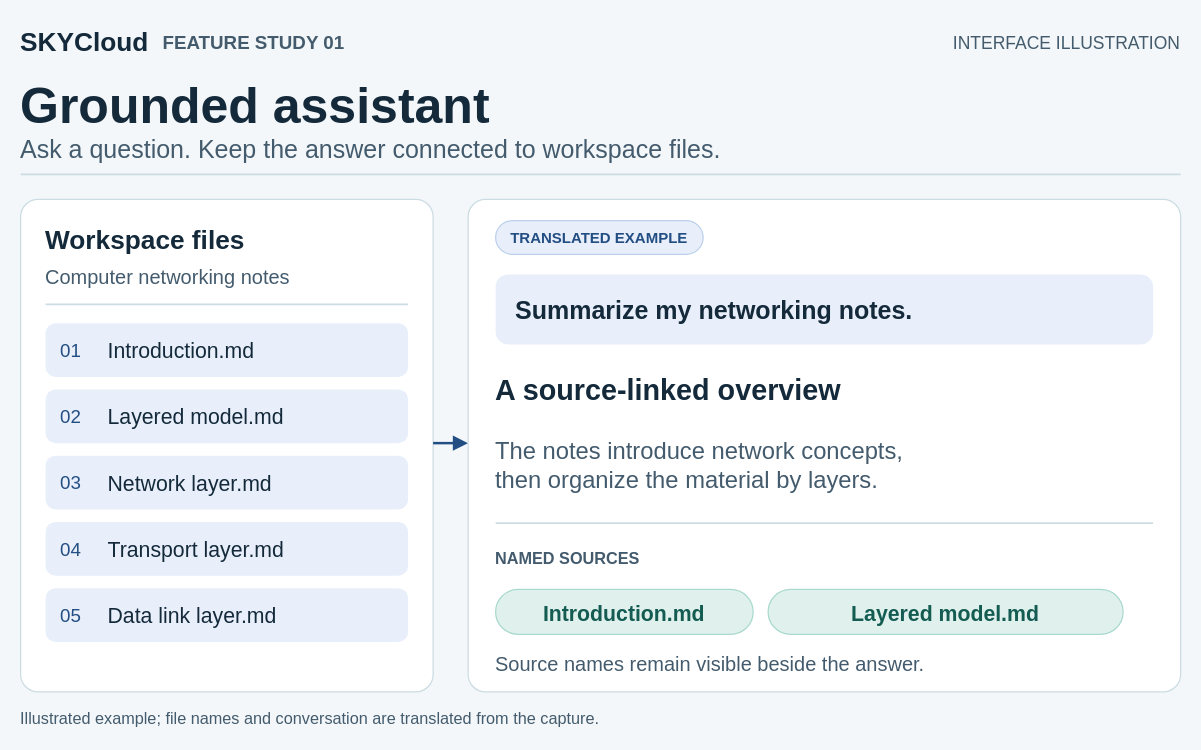
This is page "Grounded assistant" (3 of 11) of design/projects/sky-cloud/sky-cloud.drawio from TianyaSKY/tianyasky.github.io, a draw.io file, before an edit. Source tidied: cells renumbered, new cells numbered last; positions are measured from the earlier drawing's top-left corner, leaving out a move shared by most shapes. Both pictures are drawn from the tidied source at 125%, with x=0, y=0 at pixel (20, 20).
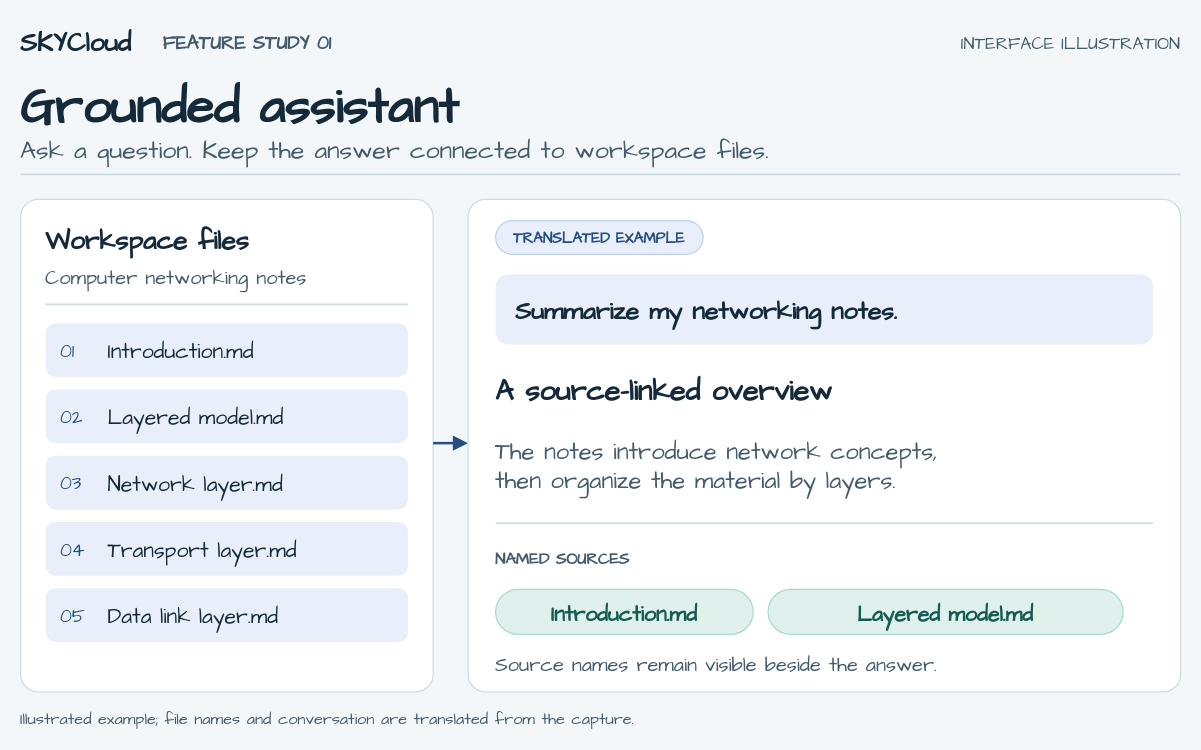
Above is the later version.

Unchanged cells that the change refers to:
```xml
<mxCell id="29" style="group;html=0;" parent="1" vertex="1">
  <mxGeometry x="380" y="160" width="166" height="27" as="geometry" />
</mxCell>
<mxCell id="38" style="group;html=0;" parent="1" vertex="1">
  <mxGeometry x="380" y="455" width="206" height="36" as="geometry" />
</mxCell>
<mxCell id="41" style="group;html=0;" parent="1" vertex="1">
  <mxGeometry x="598" y="455" width="284" height="36" as="geometry" />
</mxCell>
```

The edit, as a diff of the source:
```diff
@@
-    <mxCell id="2" value="SKYCloud" style="text;html=0;whiteSpace=nowrap;strokeColor=none;fillColor=none;spacing=0;align=left;verticalAlign=middle;fontFamily=Arial, Helvetica, sans-serif;fontSize=21;fontColor=#142A3B;fontStyle=1;" parent="1" vertex="1">
+    <mxCell id="2" value="SKYCloud" style="text;html=0;whiteSpace=nowrap;strokeColor=none;fillColor=none;spacing=0;align=left;verticalAlign=middle;fontFamily=Comic Sans MS, Comic Neue, Noto Sans SC, sans-serif;fontSize=21;fontColor=#142A3B;fontStyle=1;" parent="1" vertex="1">
       <mxGeometry width="120" height="30" as="geometry" />
     </mxCell>
-    <mxCell id="3" value="FEATURE STUDY 01" style="text;html=0;whiteSpace=nowrap;strokeColor=none;fillColor=none;spacing=0;align=left;verticalAlign=middle;fontFamily=Excalifont;fontSize=15;fontColor=#435B6D;fontStyle=1;" parent="1" vertex="1">
+    <mxCell id="3" value="FEATURE STUDY 01" style="text;html=0;whiteSpace=nowrap;strokeColor=none;fillColor=none;spacing=0;align=left;verticalAlign=middle;fontFamily=Comic Sans MS, Comic Neue, Noto Sans SC, sans-serif;fontSize=15;fontColor=#435B6D;fontStyle=1;" parent="1" vertex="1">
       <mxGeometry x="114" y="5" width="450" height="24" as="geometry" />
     </mxCell>
-    <mxCell id="4" value="INTERFACE ILLUSTRATION" style="text;html=0;whiteSpace=nowrap;strokeColor=none;fillColor=none;spacing=0;align=right;verticalAlign=middle;fontFamily=Excalifont;fontSize=14;fontColor=#435B6D;fontStyle=0;" parent="1" vertex="1">
+    <mxCell id="4" value="INTERFACE ILLUSTRATION" style="text;html=0;whiteSpace=nowrap;strokeColor=none;fillColor=none;spacing=0;align=right;verticalAlign=middle;fontFamily=Comic Sans MS, Comic Neue, Noto Sans SC, sans-serif;fontSize=14;fontColor=#435B6D;fontStyle=0;" parent="1" vertex="1">
       <mxGeometry x="624" y="5" width="304" height="24" as="geometry" />
     </mxCell>
-    <mxCell id="5" value="Grounded assistant" style="text;html=0;whiteSpace=nowrap;strokeColor=none;fillColor=none;spacing=0;align=left;verticalAlign=middle;fontFamily=Excalifont;fontSize=40;fontColor=#142A3B;fontStyle=1;" parent="1" vertex="1">
+    <mxCell id="5" value="Grounded assistant" style="text;html=0;whiteSpace=nowrap;strokeColor=none;fillColor=none;spacing=0;align=left;verticalAlign=middle;fontFamily=Comic Sans MS, Comic Neue, Noto Sans SC, sans-serif;fontSize=40;fontColor=#142A3B;fontStyle=1;" parent="1" vertex="1">
       <mxGeometry y="39" width="928" height="48" as="geometry" />
     </mxCell>
-    <mxCell id="6" value="Ask a question. Keep the answer connected to workspace files." style="text;html=0;whiteSpace=nowrap;strokeColor=none;fillColor=none;spacing=0;align=left;verticalAlign=middle;fontFamily=Excalifont;fontSize=20;fontColor=#435B6D;fontStyle=0;" parent="1" vertex="1">
+    <mxCell id="6" value="Ask a question. Keep the answer connected to workspace files." style="text;html=0;whiteSpace=nowrap;strokeColor=none;fillColor=none;spacing=0;align=left;verticalAlign=middle;fontFamily=Comic Sans MS, Comic Neue, Noto Sans SC, sans-serif;fontSize=20;fontColor=#435B6D;fontStyle=0;" parent="1" vertex="1">
       <mxGeometry y="89" width="928" height="25" as="geometry" />
     </mxCell>
@@
-    <mxCell id="9" value="Workspace files" style="text;html=0;whiteSpace=nowrap;strokeColor=none;fillColor=none;spacing=0;align=left;verticalAlign=middle;fontFamily=Excalifont;fontSize=21;fontColor=#142A3B;fontStyle=1;" parent="1" vertex="1">
+    <mxCell id="9" value="Workspace files" style="text;html=0;whiteSpace=nowrap;strokeColor=none;fillColor=none;spacing=0;align=left;verticalAlign=middle;fontFamily=Comic Sans MS, Comic Neue, Noto Sans SC, sans-serif;fontSize=21;fontColor=#142A3B;fontStyle=1;" parent="1" vertex="1">
       <mxGeometry x="20" y="160" width="290" height="28" as="geometry" />
     </mxCell>
-    <mxCell id="10" value="Computer networking notes" style="text;html=0;whiteSpace=nowrap;strokeColor=none;fillColor=none;spacing=0;align=left;verticalAlign=middle;fontFamily=Excalifont;fontSize=16;fontColor=#435B6D;fontStyle=0;" parent="1" vertex="1">
+    <mxCell id="10" value="Computer networking notes" style="text;html=0;whiteSpace=nowrap;strokeColor=none;fillColor=none;spacing=0;align=left;verticalAlign=middle;fontFamily=Comic Sans MS, Comic Neue, Noto Sans SC, sans-serif;fontSize=16;fontColor=#435B6D;fontStyle=0;" parent="1" vertex="1">
       <mxGeometry x="20" y="192" width="290" height="24" as="geometry" />
     </mxCell>
@@
-    <mxCell id="13" value="01" style="text;html=0;whiteSpace=nowrap;strokeColor=none;fillColor=none;spacing=0;align=left;verticalAlign=middle;fontFamily=Excalifont;fontSize=15;fontColor=#234E83;fontStyle=0;" parent="1" vertex="1">
+    <mxCell id="13" value="01" style="text;html=0;whiteSpace=nowrap;strokeColor=none;fillColor=none;spacing=0;align=left;verticalAlign=middle;fontFamily=Comic Sans MS, Comic Neue, Noto Sans SC, sans-serif;fontSize=15;fontColor=#234E83;fontStyle=0;" parent="1" vertex="1">
       <mxGeometry x="32" y="250" width="30" height="26" as="geometry" />
     </mxCell>
-    <mxCell id="14" value="Introduction.md" style="text;html=0;whiteSpace=nowrap;strokeColor=none;fillColor=none;spacing=0;align=left;verticalAlign=middle;fontFamily=Excalifont;fontSize=17;fontColor=#142A3B;fontStyle=0;" parent="1" vertex="1">
+    <mxCell id="14" value="Introduction.md" style="text;html=0;whiteSpace=nowrap;strokeColor=none;fillColor=none;spacing=0;align=left;verticalAlign=middle;fontFamily=Comic Sans MS, Comic Neue, Noto Sans SC, sans-serif;fontSize=17;fontColor=#142A3B;fontStyle=0;" parent="1" vertex="1">
       <mxGeometry x="70" y="250" width="228" height="26" as="geometry" />
     </mxCell>
@@
-    <mxCell id="16" value="02" style="text;html=0;whiteSpace=nowrap;strokeColor=none;fillColor=none;spacing=0;align=left;verticalAlign=middle;fontFamily=Excalifont;fontSize=15;fontColor=#234E83;fontStyle=0;" parent="1" vertex="1">
+    <mxCell id="16" value="02" style="text;html=0;whiteSpace=nowrap;strokeColor=none;fillColor=none;spacing=0;align=left;verticalAlign=middle;fontFamily=Comic Sans MS, Comic Neue, Noto Sans SC, sans-serif;fontSize=15;fontColor=#234E83;fontStyle=0;" parent="1" vertex="1">
       <mxGeometry x="32" y="303" width="30" height="26" as="geometry" />
     </mxCell>
-    <mxCell id="17" value="Layered model.md" style="text;html=0;whiteSpace=nowrap;strokeColor=none;fillColor=none;spacing=0;align=left;verticalAlign=middle;fontFamily=Excalifont;fontSize=17;fontColor=#142A3B;fontStyle=0;" parent="1" vertex="1">
+    <mxCell id="17" value="Layered model.md" style="text;html=0;whiteSpace=nowrap;strokeColor=none;fillColor=none;spacing=0;align=left;verticalAlign=middle;fontFamily=Comic Sans MS, Comic Neue, Noto Sans SC, sans-serif;fontSize=17;fontColor=#142A3B;fontStyle=0;" parent="1" vertex="1">
       <mxGeometry x="70" y="303" width="228" height="26" as="geometry" />
     </mxCell>
@@
-    <mxCell id="19" value="03" style="text;html=0;whiteSpace=nowrap;strokeColor=none;fillColor=none;spacing=0;align=left;verticalAlign=middle;fontFamily=Excalifont;fontSize=15;fontColor=#234E83;fontStyle=0;" parent="1" vertex="1">
+    <mxCell id="19" value="03" style="text;html=0;whiteSpace=nowrap;strokeColor=none;fillColor=none;spacing=0;align=left;verticalAlign=middle;fontFamily=Comic Sans MS, Comic Neue, Noto Sans SC, sans-serif;fontSize=15;fontColor=#234E83;fontStyle=0;" parent="1" vertex="1">
       <mxGeometry x="32" y="356" width="30" height="26" as="geometry" />
     </mxCell>
-    <mxCell id="20" value="Network layer.md" style="text;html=0;whiteSpace=nowrap;strokeColor=none;fillColor=none;spacing=0;align=left;verticalAlign=middle;fontFamily=Excalifont;fontSize=17;fontColor=#142A3B;fontStyle=0;" parent="1" vertex="1">
+    <mxCell id="20" value="Network layer.md" style="text;html=0;whiteSpace=nowrap;strokeColor=none;fillColor=none;spacing=0;align=left;verticalAlign=middle;fontFamily=Comic Sans MS, Comic Neue, Noto Sans SC, sans-serif;fontSize=17;fontColor=#142A3B;fontStyle=0;" parent="1" vertex="1">
       <mxGeometry x="70" y="356" width="228" height="26" as="geometry" />
     </mxCell>
@@
-    <mxCell id="22" value="04" style="text;html=0;whiteSpace=nowrap;strokeColor=none;fillColor=none;spacing=0;align=left;verticalAlign=middle;fontFamily=Excalifont;fontSize=15;fontColor=#234E83;fontStyle=0;" parent="1" vertex="1">
+    <mxCell id="22" value="04" style="text;html=0;whiteSpace=nowrap;strokeColor=none;fillColor=none;spacing=0;align=left;verticalAlign=middle;fontFamily=Comic Sans MS, Comic Neue, Noto Sans SC, sans-serif;fontSize=15;fontColor=#234E83;fontStyle=0;" parent="1" vertex="1">
       <mxGeometry x="32" y="409" width="30" height="26" as="geometry" />
     </mxCell>
-    <mxCell id="23" value="Transport layer.md" style="text;html=0;whiteSpace=nowrap;strokeColor=none;fillColor=none;spacing=0;align=left;verticalAlign=middle;fontFamily=Excalifont;fontSize=17;fontColor=#142A3B;fontStyle=0;" parent="1" vertex="1">
+    <mxCell id="23" value="Transport layer.md" style="text;html=0;whiteSpace=nowrap;strokeColor=none;fillColor=none;spacing=0;align=left;verticalAlign=middle;fontFamily=Comic Sans MS, Comic Neue, Noto Sans SC, sans-serif;fontSize=17;fontColor=#142A3B;fontStyle=0;" parent="1" vertex="1">
       <mxGeometry x="70" y="409" width="228" height="26" as="geometry" />
     </mxCell>
@@
-    <mxCell id="25" value="05" style="text;html=0;whiteSpace=nowrap;strokeColor=none;fillColor=none;spacing=0;align=left;verticalAlign=middle;fontFamily=Excalifont;fontSize=15;fontColor=#234E83;fontStyle=0;" parent="1" vertex="1">
+    <mxCell id="25" value="05" style="text;html=0;whiteSpace=nowrap;strokeColor=none;fillColor=none;spacing=0;align=left;verticalAlign=middle;fontFamily=Comic Sans MS, Comic Neue, Noto Sans SC, sans-serif;fontSize=15;fontColor=#234E83;fontStyle=0;" parent="1" vertex="1">
       <mxGeometry x="32" y="462" width="30" height="26" as="geometry" />
     </mxCell>
-    <mxCell id="26" value="Data link layer.md" style="text;html=0;whiteSpace=nowrap;strokeColor=none;fillColor=none;spacing=0;align=left;verticalAlign=middle;fontFamily=Excalifont;fontSize=17;fontColor=#142A3B;fontStyle=0;" parent="1" vertex="1">
+    <mxCell id="26" value="Data link layer.md" style="text;html=0;whiteSpace=nowrap;strokeColor=none;fillColor=none;spacing=0;align=left;verticalAlign=middle;fontFamily=Comic Sans MS, Comic Neue, Noto Sans SC, sans-serif;fontSize=17;fontColor=#142A3B;fontStyle=0;" parent="1" vertex="1">
       <mxGeometry x="70" y="462" width="228" height="26" as="geometry" />
     </mxCell>
@@
-    <mxCell id="31" value="TRANSLATED EXAMPLE" style="text;html=0;whiteSpace=nowrap;strokeColor=none;fillColor=none;spacing=0;align=center;verticalAlign=middle;fontFamily=Excalifont;fontSize=12;fontColor=#234E83;fontStyle=1;" parent="29" vertex="1">
+    <mxCell id="31" value="TRANSLATED EXAMPLE" style="text;html=0;whiteSpace=nowrap;strokeColor=none;fillColor=none;spacing=0;align=center;verticalAlign=middle;fontFamily=Comic Sans MS, Comic Neue, Noto Sans SC, sans-serif;fontSize=12;fontColor=#234E83;fontStyle=1;" parent="29" vertex="1">
       <mxGeometry x="4" width="158" height="27" as="geometry" />
     </mxCell>
@@
-    <mxCell id="33" value="Summarize my networking notes." style="text;html=0;whiteSpace=nowrap;strokeColor=none;fillColor=none;spacing=0;align=left;verticalAlign=middle;fontFamily=Excalifont;fontSize=20;fontColor=#142A3B;fontStyle=1;" parent="1" vertex="1">
+    <mxCell id="33" value="Summarize my networking notes." style="text;html=0;whiteSpace=nowrap;strokeColor=none;fillColor=none;spacing=0;align=left;verticalAlign=middle;fontFamily=Comic Sans MS, Comic Neue, Noto Sans SC, sans-serif;fontSize=20;fontColor=#142A3B;fontStyle=1;" parent="1" vertex="1">
       <mxGeometry x="396" y="214" width="494" height="32" as="geometry" />
     </mxCell>
-    <mxCell id="34" value="A source-linked overview" style="text;html=0;whiteSpace=nowrap;strokeColor=none;fillColor=none;spacing=0;align=left;verticalAlign=middle;fontFamily=Excalifont;fontSize=23;fontColor=#142A3B;fontStyle=1;" parent="1" vertex="1">
+    <mxCell id="34" value="A source-linked overview" style="text;html=0;whiteSpace=nowrap;strokeColor=none;fillColor=none;spacing=0;align=left;verticalAlign=middle;fontFamily=Comic Sans MS, Comic Neue, Noto Sans SC, sans-serif;fontSize=23;fontColor=#142A3B;fontStyle=1;" parent="1" vertex="1">
       <mxGeometry x="380" y="279" width="526" height="29" as="geometry" />
     </mxCell>
-    <mxCell id="35" value="The notes introduce network concepts,&#10;then organize the material by layers." style="text;html=0;whiteSpace=nowrap;strokeColor=none;fillColor=none;spacing=0;align=left;verticalAlign=middle;fontFamily=Excalifont;fontSize=19;fontColor=#435B6D;fontStyle=0;" parent="1" vertex="1">
+    <mxCell id="35" value="The notes introduce network concepts,&#10;then organize the material by layers." style="text;html=0;whiteSpace=nowrap;strokeColor=none;fillColor=none;spacing=0;align=left;verticalAlign=middle;fontFamily=Comic Sans MS, Comic Neue, Noto Sans SC, sans-serif;fontSize=19;fontColor=#435B6D;fontStyle=0;" parent="1" vertex="1">
       <mxGeometry x="380" y="319" width="514" height="70" as="geometry" />
     </mxCell>
@@
-    <mxCell id="37" value="NAMED SOURCES" style="text;html=0;whiteSpace=nowrap;strokeColor=none;fillColor=none;spacing=0;align=left;verticalAlign=middle;fontFamily=Excalifont;fontSize=13;fontColor=#435B6D;fontStyle=1;" parent="1" vertex="1">
+    <mxCell id="37" value="NAMED SOURCES" style="text;html=0;whiteSpace=nowrap;strokeColor=none;fillColor=none;spacing=0;align=left;verticalAlign=middle;fontFamily=Comic Sans MS, Comic Neue, Noto Sans SC, sans-serif;fontSize=13;fontColor=#435B6D;fontStyle=1;" parent="1" vertex="1">
       <mxGeometry x="380" y="418" width="504" height="24" as="geometry" />
     </mxCell>
@@
-    <mxCell id="40" value="Introduction.md" style="text;html=0;whiteSpace=nowrap;strokeColor=none;fillColor=none;spacing=0;align=center;verticalAlign=middle;fontFamily=Excalifont;fontSize=17;fontColor=#145C52;fontStyle=1;" parent="38" vertex="1">
+    <mxCell id="40" value="Introduction.md" style="text;html=0;whiteSpace=nowrap;strokeColor=none;fillColor=none;spacing=0;align=center;verticalAlign=middle;fontFamily=Comic Sans MS, Comic Neue, Noto Sans SC, sans-serif;fontSize=17;fontColor=#145C52;fontStyle=1;" parent="38" vertex="1">
       <mxGeometry x="4" width="198" height="36" as="geometry" />
     </mxCell>
@@
-    <mxCell id="43" value="Layered model.md" style="text;html=0;whiteSpace=nowrap;strokeColor=none;fillColor=none;spacing=0;align=center;verticalAlign=middle;fontFamily=Excalifont;fontSize=17;fontColor=#145C52;fontStyle=1;" parent="41" vertex="1">
+    <mxCell id="43" value="Layered model.md" style="text;html=0;whiteSpace=nowrap;strokeColor=none;fillColor=none;spacing=0;align=center;verticalAlign=middle;fontFamily=Comic Sans MS, Comic Neue, Noto Sans SC, sans-serif;fontSize=17;fontColor=#145C52;fontStyle=1;" parent="41" vertex="1">
       <mxGeometry x="4" width="276" height="36" as="geometry" />
     </mxCell>
-    <mxCell id="44" value="Source names remain visible beside the answer." style="text;html=0;whiteSpace=nowrap;strokeColor=none;fillColor=none;spacing=0;align=left;verticalAlign=middle;fontFamily=Excalifont;fontSize=16;fontColor=#435B6D;fontStyle=0;" parent="1" vertex="1">
+    <mxCell id="44" value="Source names remain visible beside the answer." style="text;html=0;whiteSpace=nowrap;strokeColor=none;fillColor=none;spacing=0;align=left;verticalAlign=middle;fontFamily=Comic Sans MS, Comic Neue, Noto Sans SC, sans-serif;fontSize=16;fontColor=#435B6D;fontStyle=0;" parent="1" vertex="1">
       <mxGeometry x="380" y="502" width="520" height="24" as="geometry" />
     </mxCell>
-    <mxCell id="45" value="Illustrated example; file names and conversation are translated from the capture." style="text;html=0;whiteSpace=nowrap;strokeColor=none;fillColor=none;spacing=0;align=left;verticalAlign=middle;fontFamily=Excalifont;fontSize=13;fontColor=#435B6D;fontStyle=0;" parent="1" vertex="1">
+    <mxCell id="45" value="Illustrated example; file names and conversation are translated from the capture." style="text;html=0;whiteSpace=nowrap;strokeColor=none;fillColor=none;spacing=0;align=left;verticalAlign=middle;fontFamily=Comic Sans MS, Comic Neue, Noto Sans SC, sans-serif;fontSize=13;fontColor=#435B6D;fontStyle=0;" parent="1" vertex="1">
       <mxGeometry y="548" width="928" height="19" as="geometry" />
     </mxCell>
```
